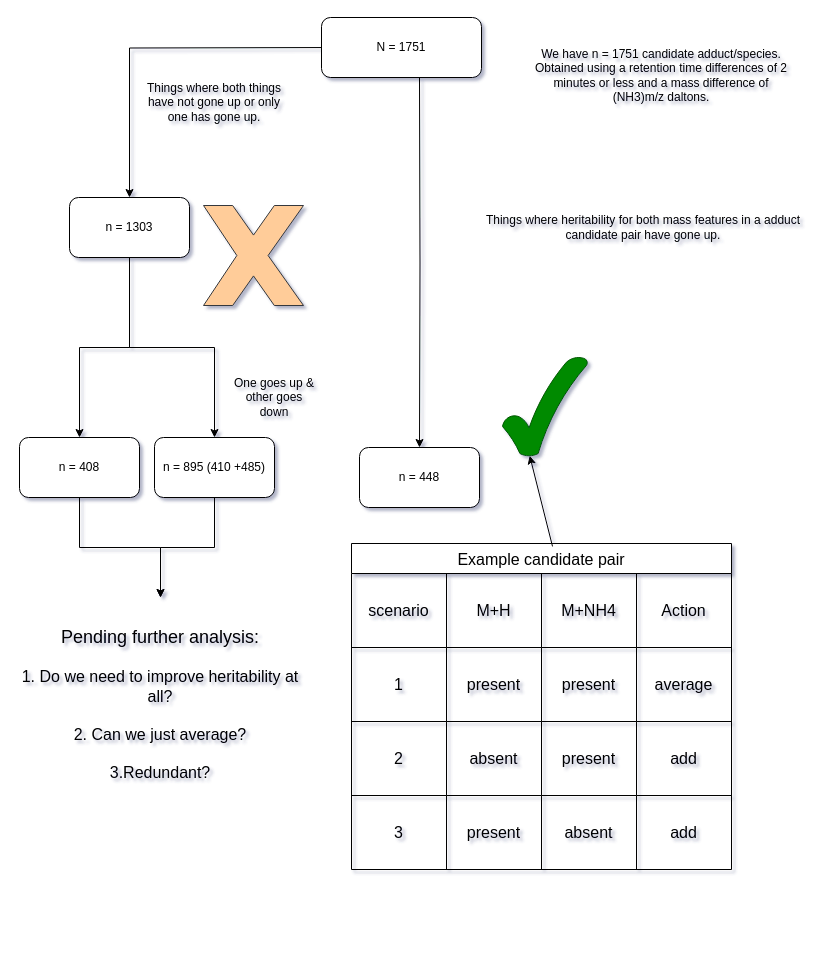
Above: adduct_binning_decision_tree.drawio in RijanHasTwoEars7/draw_io_illustrations (draw.io), before the change. Source tidied: cells renumbered, new cells numbered last; positions are measured from the earlier drawing's top-left corner, leaving out a move shared by most shapes. Both pictures are drawn from the tidied source at 100%, with x=0, y=0 at pixel (17, 17).
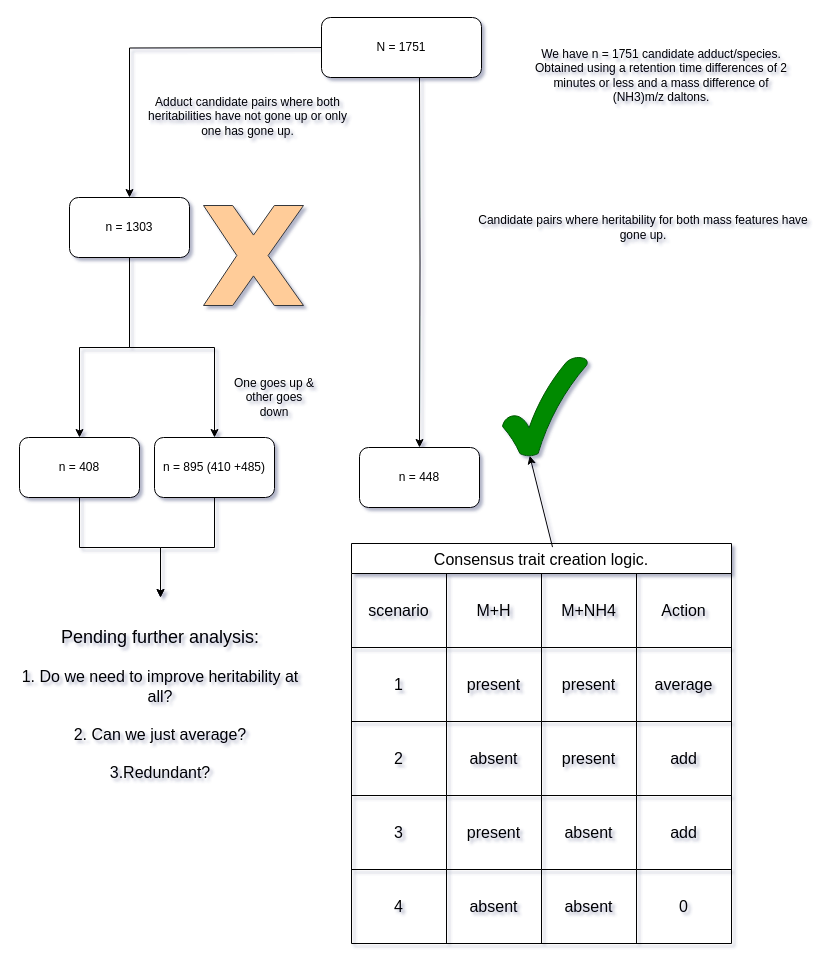
The same page after the edit.

Commit message:
more precise terminology

The edit, as a diff of the source:
```diff
@@
-    <mxCell id="10" value="Things where heritability for both mass features in a adduct candidate pair have gone up." style="text;html=1;strokeColor=none;fillColor=none;align=center;verticalAlign=middle;whiteSpace=wrap;rounded=0;" parent="1" vertex="1">
+    <mxCell id="10" value="Candidate pairs where heritability for both mass features  have gone up." style="text;html=1;strokeColor=none;fillColor=none;align=center;verticalAlign=middle;whiteSpace=wrap;rounded=0;" parent="1" vertex="1">
       <mxGeometry x="456" y="185" width="340" height="50" as="geometry" />
     </mxCell>
-    <mxCell id="11" value="Things where both things have not gone up or only one has gone up." style="text;html=1;strokeColor=none;fillColor=none;align=center;verticalAlign=middle;whiteSpace=wrap;rounded=0;" parent="1" vertex="1">
-      <mxGeometry x="122" y="50" width="150" height="70" as="geometry" />
+    <mxCell id="11" value="Adduct candidate pairs where both heritabilities have not gone up or only one has gone up." style="text;html=1;strokeColor=none;fillColor=none;align=center;verticalAlign=middle;whiteSpace=wrap;rounded=0;" parent="1" vertex="1">
+      <mxGeometry x="122" y="50" width="217" height="97" as="geometry" />
     </mxCell>
@@
-    <mxCell id="19" value="Example candidate pair" style="shape=table;startSize=30;childLayout=tableLayout;strokeColor=default;fontSize=16;" parent="1" vertex="1">
-      <mxGeometry x="334" y="526" width="380" height="326" as="geometry" />
+    <mxCell id="19" value="Consensus trait creation logic." style="shape=table;startSize=30;childLayout=tableLayout;strokeColor=default;fontSize=16;" parent="1" vertex="1">
+      <mxGeometry x="334" y="526" width="380" height="400" as="geometry" />
     </mxCell>
@@
+    <mxCell id="42" style="shape=tableRow;horizontal=0;startSize=0;swimlaneHead=0;swimlaneBody=0;strokeColor=inherit;top=0;left=0;bottom=0;right=0;fillColor=none;fontSize=16;" parent="19" vertex="1">
+      <mxGeometry y="326" width="380" height="74" as="geometry" />
+    </mxCell>
+    <mxCell id="43" value="4" style="shape=partialRectangle;html=1;whiteSpace=wrap;strokeColor=inherit;overflow=hidden;fillColor=none;top=0;left=0;bottom=0;right=0;fontSize=16;" parent="42" vertex="1">
+      <mxGeometry width="95" height="74" as="geometry" />
+    </mxCell>
+    <mxCell id="44" value="absent" style="shape=partialRectangle;html=1;whiteSpace=wrap;strokeColor=inherit;overflow=hidden;fillColor=none;top=0;left=0;bottom=0;right=0;fontSize=16;" parent="42" vertex="1">
+      <mxGeometry x="95" width="95" height="74" as="geometry" />
+    </mxCell>
+    <mxCell id="45" value="absent" style="shape=partialRectangle;html=1;whiteSpace=wrap;strokeColor=inherit;overflow=hidden;fillColor=none;top=0;left=0;bottom=0;right=0;fontSize=16;" parent="42" vertex="1">
+      <mxGeometry x="190" width="95" height="74" as="geometry" />
+    </mxCell>
+    <mxCell id="46" value="0" style="shape=partialRectangle;html=1;whiteSpace=wrap;strokeColor=inherit;overflow=hidden;fillColor=none;top=0;left=0;bottom=0;right=0;fontSize=16;" parent="42" vertex="1">
+      <mxGeometry x="285" width="95" height="74" as="geometry" />
+    </mxCell>
```
